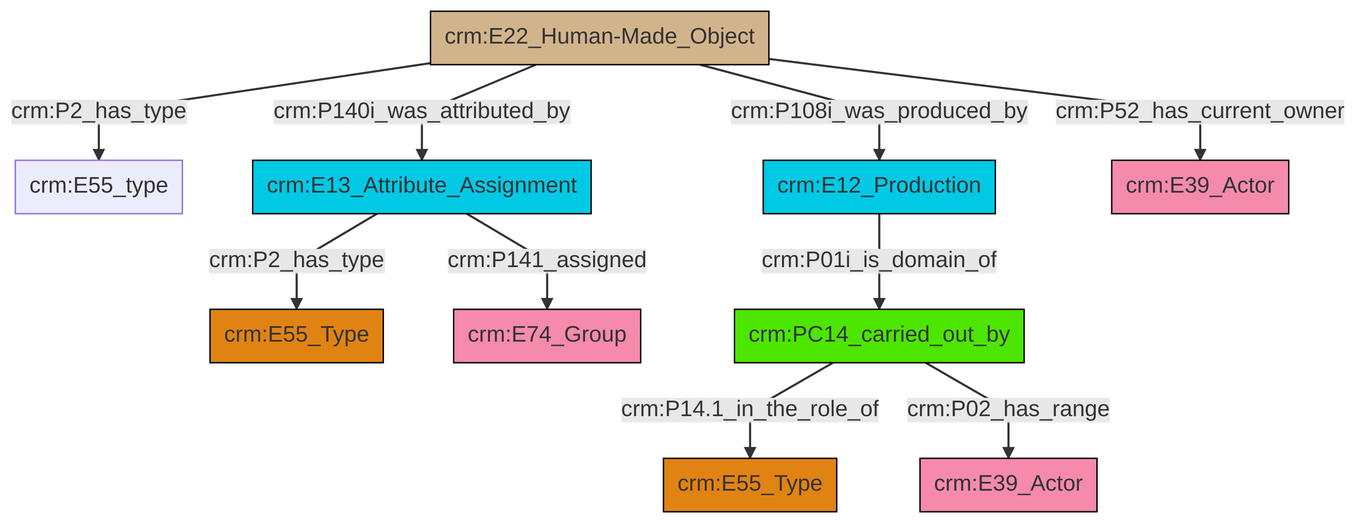
Above: et/builtWorkCSV/ttl/mmd/png/Built_Work_actor_relations.png in swiss-art-research-net/reference-data-models (Mermaid), before the change. Its source is kept beside it as et/builtWorkCSV/ttl/mmd/Built_Work_actor_relations.ttl.mmd.
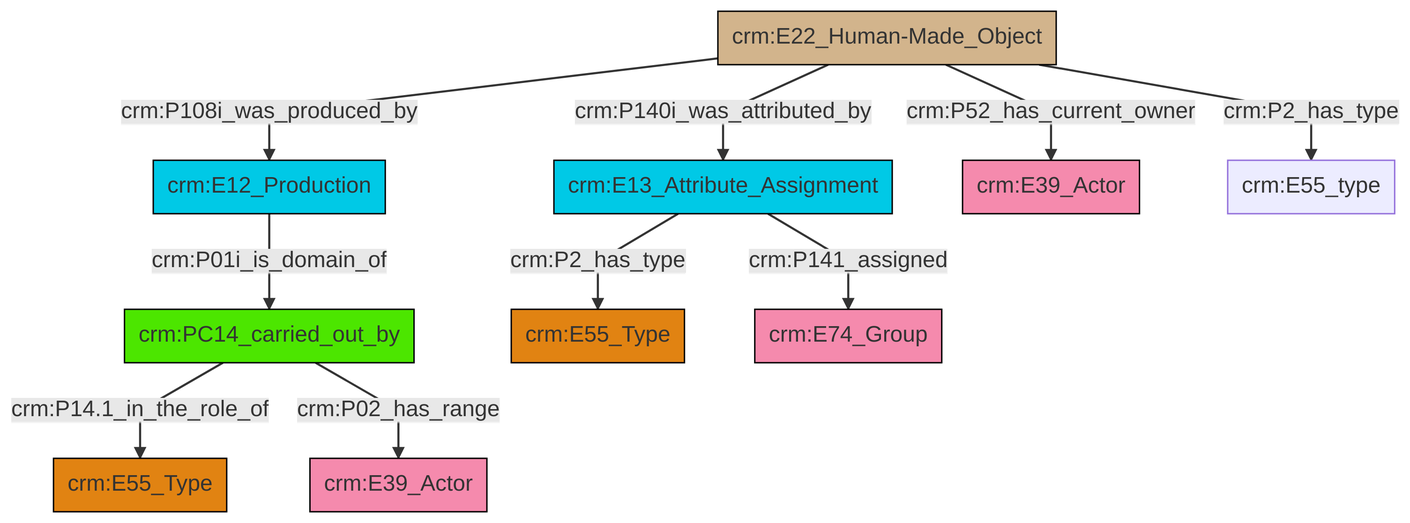
After the commit.

The edit, as a diff of the source:
```diff
@@ -13,12 +13,12 @@
 classDef PC_Classes fill:#4ce600, stroke:#000000;
 classDef Multi fill:#cccccc,stroke:#000000;
 
-4["crm:E22_Human-Made_Object"]:::Physical_Thing -->|crm:P2_has_type| 5["crm:E55_type"]:::Default
-6["crm:E12_Production"]:::Temporal_Entity -->|crm:P01i_is_domain_of| 8["crm:PC14_carried_out_by"]:::PC_Classes
-9["crm:E13_Attribute_Assignment"]:::Temporal_Entity -->|crm:P2_has_type| 2["crm:E55_Type"]:::Type
-9["crm:E13_Attribute_Assignment"]:::Temporal_Entity -->|crm:P141_assigned| 10["crm:E74_Group"]:::Actor
-8["crm:PC14_carried_out_by"]:::PC_Classes -->|crm:P14.1_in_the_role_of| 0["crm:E55_Type"]:::Type
-4["crm:E22_Human-Made_Object"]:::Physical_Thing -->|crm:P140i_was_attributed_by| 9["crm:E13_Attribute_Assignment"]:::Temporal_Entity
-4["crm:E22_Human-Made_Object"]:::Physical_Thing -->|crm:P108i_was_produced_by| 6["crm:E12_Production"]:::Temporal_Entity
-8["crm:PC14_carried_out_by"]:::PC_Classes -->|crm:P02_has_range| 11["crm:E39_Actor"]:::Actor
-4["crm:E22_Human-Made_Object"]:::Physical_Thing -->|crm:P52_has_current_owner| 16["crm:E39_Actor"]:::Actor
+2["crm:E22_Human-Made_Object"]:::Physical_Thing -->|crm:P108i_was_produced_by| 3["crm:E12_Production"]:::Temporal_Entity
+7["crm:PC14_carried_out_by"]:::PC_Classes -->|crm:P14.1_in_the_role_of| 0["crm:E55_Type"]:::Type
+4["crm:E13_Attribute_Assignment"]:::Temporal_Entity -->|crm:P2_has_type| 8["crm:E55_Type"]:::Type
+7["crm:PC14_carried_out_by"]:::PC_Classes -->|crm:P02_has_range| 9["crm:E39_Actor"]:::Actor
+2["crm:E22_Human-Made_Object"]:::Physical_Thing -->|crm:P140i_was_attributed_by| 4["crm:E13_Attribute_Assignment"]:::Temporal_Entity
+4["crm:E13_Attribute_Assignment"]:::Temporal_Entity -->|crm:P141_assigned| 15["crm:E74_Group"]:::Actor
+3["crm:E12_Production"]:::Temporal_Entity -->|crm:P01i_is_domain_of| 7["crm:PC14_carried_out_by"]:::PC_Classes
+2["crm:E22_Human-Made_Object"]:::Physical_Thing -->|crm:P2_has_type| 17["crm:E55_type"]:::Default
+2["crm:E22_Human-Made_Object"]:::Physical_Thing -->|crm:P52_has_current_owner| 10["crm:E39_Actor"]:::Actor
```
